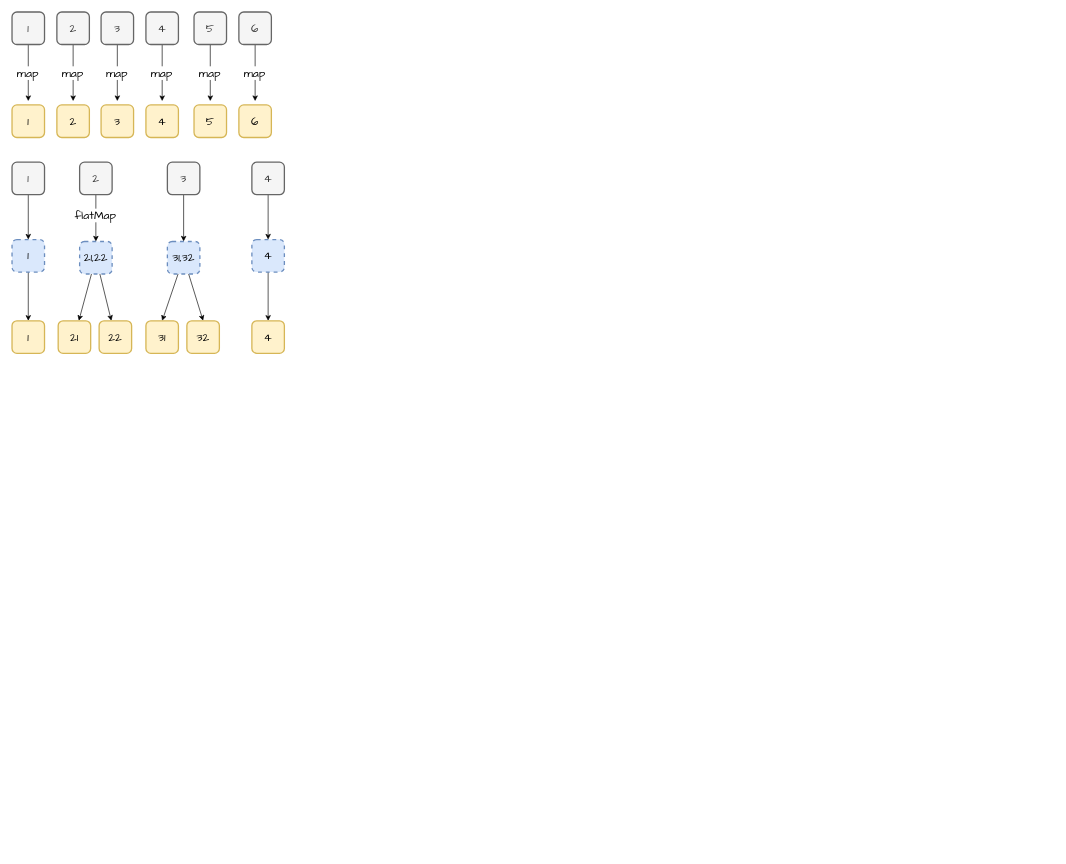
Before: page "Flink" (5 of 5) of src/main/leetcode_manuscripts/draw_io/big_data.drawio in wat1r/geek-algorithm-leetcode, a draw.io diagram. Source tidied: cells renumbered, new cells numbered last; positions are measured from the earlier drawing's top-left corner, leaving out a move shared by most shapes. Both pictures are drawn from the tidied source at 65%, with x=0, y=0 at pixel (12, 12).
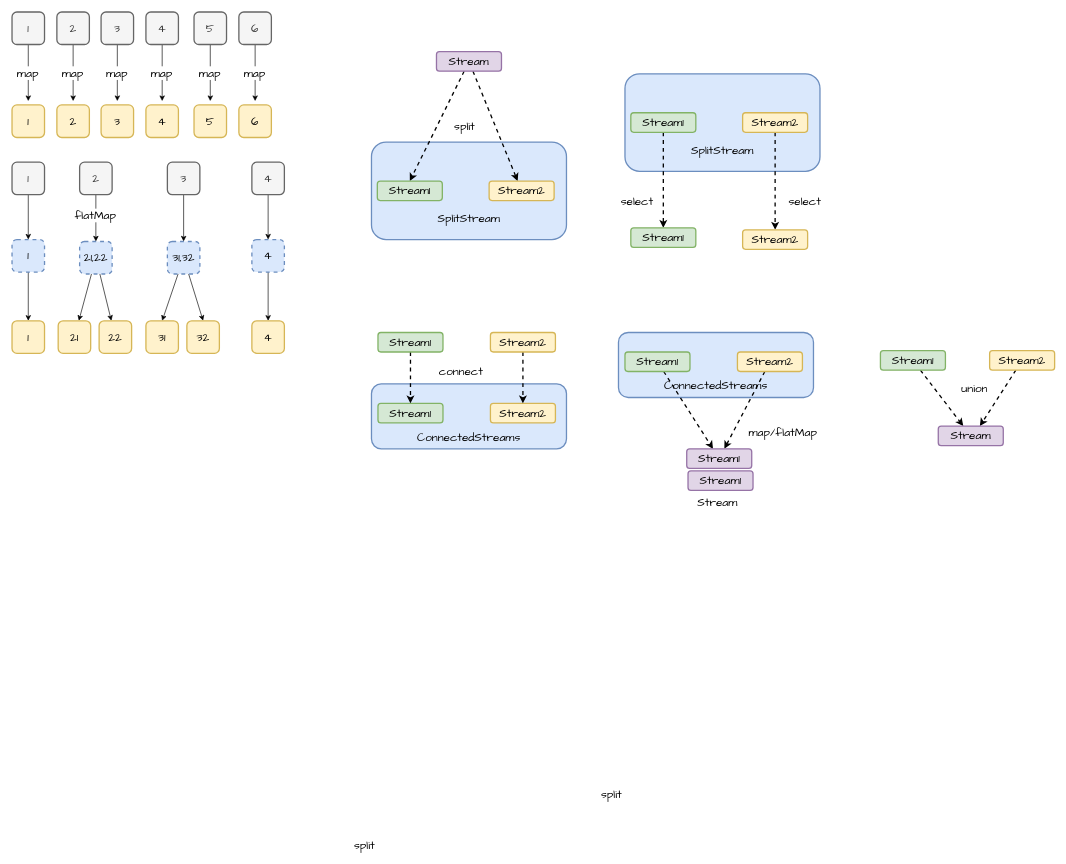
After the change.

Diff of the diagram source:
```diff
@@
+    <mxCell id="51" value="&lt;br&gt;&lt;br&gt;&lt;br&gt;&lt;br&gt;SplitStream" style="rounded=1;whiteSpace=wrap;html=1;fontFamily=Comic Sans MS;fontSize=18;strokeWidth=2;fillColor=#dae8fc;strokeColor=#6c8ebf;" parent="1" vertex="1">
+      <mxGeometry x="553" y="200" width="300" height="150" as="geometry" />
+    </mxCell>
+    <mxCell id="52" style="edgeStyle=none;rounded=0;jettySize=auto;html=1;entryX=0.5;entryY=0;entryDx=0;entryDy=0;fontFamily=Comic Sans MS;fontSize=18;dashed=1;strokeWidth=2;" parent="1" edge="1" source="54" target="55">
+      <mxGeometry relative="1" as="geometry" />
+    </mxCell>
+    <mxCell id="53" style="edgeStyle=none;rounded=0;jettySize=auto;html=1;fontFamily=Comic Sans MS;fontSize=18;dashed=1;strokeWidth=2;" parent="1" edge="1" source="54" target="56">
+      <mxGeometry relative="1" as="geometry" />
+    </mxCell>
+    <mxCell id="54" value="Stream" style="rounded=1;whiteSpace=wrap;html=1;strokeWidth=2;fillColor=#e1d5e7;strokeColor=#9673a6;fontFamily=Comic Sans MS;fontSize=18;" parent="1" vertex="1">
+      <mxGeometry x="653" y="61" width="100" height="30" as="geometry" />
+    </mxCell>
+    <mxCell id="55" value="Stream1" style="rounded=1;whiteSpace=wrap;html=1;strokeWidth=2;fillColor=#d5e8d4;strokeColor=#82b366;fontFamily=Comic Sans MS;fontSize=18;" parent="1" vertex="1">
+      <mxGeometry x="562" y="260" width="100" height="30" as="geometry" />
+    </mxCell>
+    <mxCell id="56" value="Stream2" style="rounded=1;whiteSpace=wrap;html=1;strokeWidth=2;fillColor=#fff2cc;strokeColor=#d6b656;fontFamily=Comic Sans MS;fontSize=18;" parent="1" vertex="1">
+      <mxGeometry x="734" y="260" width="100" height="30" as="geometry" />
+    </mxCell>
+    <mxCell id="57" value="split" style="edgeLabel;html=1;align=center;verticalAlign=middle;fontSize=18;fontFamily=Comic Sans MS;" parent="1" vertex="1">
+      <mxGeometry x="695" y="175" as="geometry" />
+    </mxCell>
+    <mxCell id="58" value="&lt;br&gt;&lt;br&gt;&lt;br&gt;&lt;br&gt;SplitStream" style="rounded=1;whiteSpace=wrap;html=1;fontFamily=Comic Sans MS;fontSize=18;strokeWidth=2;fillColor=#dae8fc;strokeColor=#6c8ebf;" parent="1" vertex="1">
+      <mxGeometry x="943" y="95" width="300" height="150" as="geometry" />
+    </mxCell>
+    <mxCell id="59" style="edgeStyle=none;rounded=0;jettySize=auto;html=1;entryX=0.5;entryY=0;entryDx=0;entryDy=0;dashed=1;fontFamily=Comic Sans MS;fontSize=18;strokeWidth=2;" parent="1" edge="1" source="60" target="63">
+      <mxGeometry relative="1" as="geometry" />
+    </mxCell>
+    <mxCell id="60" value="Stream1" style="rounded=1;whiteSpace=wrap;html=1;strokeWidth=2;fillColor=#d5e8d4;strokeColor=#82b366;fontFamily=Comic Sans MS;fontSize=18;" parent="1" vertex="1">
+      <mxGeometry x="952" y="155" width="100" height="30" as="geometry" />
+    </mxCell>
+    <mxCell id="61" style="edgeStyle=none;rounded=0;jettySize=auto;html=1;entryX=0.5;entryY=0;entryDx=0;entryDy=0;dashed=1;fontFamily=Comic Sans MS;fontSize=18;strokeWidth=2;" parent="1" edge="1" source="62" target="64">
+      <mxGeometry relative="1" as="geometry" />
+    </mxCell>
+    <mxCell id="62" value="Stream2" style="rounded=1;whiteSpace=wrap;html=1;strokeWidth=2;fillColor=#fff2cc;strokeColor=#d6b656;fontFamily=Comic Sans MS;fontSize=18;" parent="1" vertex="1">
+      <mxGeometry x="1124" y="155" width="100" height="30" as="geometry" />
+    </mxCell>
+    <mxCell id="63" value="Stream1" style="rounded=1;whiteSpace=wrap;html=1;strokeWidth=2;fillColor=#d5e8d4;strokeColor=#82b366;fontFamily=Comic Sans MS;fontSize=18;" parent="1" vertex="1">
+      <mxGeometry x="952" y="332" width="100" height="30" as="geometry" />
+    </mxCell>
+    <mxCell id="64" value="Stream2" style="rounded=1;whiteSpace=wrap;html=1;strokeWidth=2;fillColor=#fff2cc;strokeColor=#d6b656;fontFamily=Comic Sans MS;fontSize=18;" parent="1" vertex="1">
+      <mxGeometry x="1124" y="335" width="100" height="30" as="geometry" />
+    </mxCell>
+    <mxCell id="65" value="select" style="text;strokeColor=none;fillColor=none;align=left;verticalAlign=top;spacingLeft=4;spacingRight=4;overflow=hidden;fontFamily=Comic Sans MS;fontSize=18;" parent="1" vertex="1">
+      <mxGeometry x="931" y="274" width="60" height="26" as="geometry" />
+    </mxCell>
+    <mxCell id="66" value="select" style="text;strokeColor=none;fillColor=none;align=left;verticalAlign=top;spacingLeft=4;spacingRight=4;overflow=hidden;fontFamily=Comic Sans MS;fontSize=18;" parent="1" vertex="1">
+      <mxGeometry x="1189" y="274" width="60" height="26" as="geometry" />
+    </mxCell>
+    <mxCell id="67" value="&lt;br&gt;&lt;br&gt;&lt;br&gt;ConnectedStreams" style="rounded=1;whiteSpace=wrap;html=1;fontFamily=Comic Sans MS;fontSize=18;strokeWidth=2;fillColor=#dae8fc;strokeColor=#6c8ebf;" parent="1" vertex="1">
+      <mxGeometry x="553" y="572" width="300" height="100" as="geometry" />
+    </mxCell>
+    <mxCell id="68" value="Stream1" style="rounded=1;whiteSpace=wrap;html=1;strokeWidth=2;fillColor=#d5e8d4;strokeColor=#82b366;fontFamily=Comic Sans MS;fontSize=18;" parent="1" vertex="1">
+      <mxGeometry x="563" y="602" width="100" height="30" as="geometry" />
+    </mxCell>
+    <mxCell id="69" value="Stream2" style="rounded=1;whiteSpace=wrap;html=1;strokeWidth=2;fillColor=#fff2cc;strokeColor=#d6b656;fontFamily=Comic Sans MS;fontSize=18;" parent="1" vertex="1">
+      <mxGeometry x="736" y="602" width="100" height="30" as="geometry" />
+    </mxCell>
+    <mxCell id="70" value="split" style="edgeLabel;html=1;align=center;verticalAlign=middle;fontSize=18;fontFamily=Comic Sans MS;" parent="1" vertex="1">
+      <mxGeometry x="686" y="589" as="geometry">
+        <mxPoint x="-145" y="692" as="offset" />
+      </mxGeometry>
+    </mxCell>
+    <mxCell id="71" style="edgeStyle=none;rounded=0;jettySize=auto;html=1;dashed=1;fontFamily=Comic Sans MS;fontSize=18;strokeWidth=2;" parent="1" edge="1" source="72" target="68">
+      <mxGeometry relative="1" as="geometry" />
+    </mxCell>
+    <mxCell id="72" value="Stream1" style="rounded=1;whiteSpace=wrap;html=1;strokeWidth=2;fillColor=#d5e8d4;strokeColor=#82b366;fontFamily=Comic Sans MS;fontSize=18;" parent="1" vertex="1">
+      <mxGeometry x="563" y="493" width="100" height="30" as="geometry" />
+    </mxCell>
+    <mxCell id="73" style="edgeStyle=none;rounded=0;jettySize=auto;html=1;dashed=1;fontFamily=Comic Sans MS;fontSize=18;strokeWidth=2;" parent="1" edge="1" source="74" target="69">
+      <mxGeometry relative="1" as="geometry" />
+    </mxCell>
+    <mxCell id="74" value="Stream2" style="rounded=1;whiteSpace=wrap;html=1;strokeWidth=2;fillColor=#fff2cc;strokeColor=#d6b656;fontFamily=Comic Sans MS;fontSize=18;" parent="1" vertex="1">
+      <mxGeometry x="736" y="493" width="100" height="30" as="geometry" />
+    </mxCell>
+    <mxCell id="75" value="connect" style="text;strokeColor=none;fillColor=none;align=left;verticalAlign=top;spacingLeft=4;spacingRight=4;overflow=hidden;fontFamily=Comic Sans MS;fontSize=18;" parent="1" vertex="1">
+      <mxGeometry x="651" y="535" width="93" height="26" as="geometry" />
+    </mxCell>
+    <mxCell id="76" value="&lt;br&gt;&lt;br&gt;&lt;br&gt;ConnectedStreams" style="rounded=1;whiteSpace=wrap;html=1;fontFamily=Comic Sans MS;fontSize=18;strokeWidth=2;fillColor=#dae8fc;strokeColor=#6c8ebf;" parent="1" vertex="1">
+      <mxGeometry x="933" y="493" width="300" height="100" as="geometry" />
+    </mxCell>
+    <mxCell id="77" style="edgeStyle=none;rounded=0;jettySize=auto;html=1;dashed=1;fontFamily=Comic Sans MS;fontSize=18;strokeWidth=2;" parent="1" edge="1" source="78" target="82">
+      <mxGeometry relative="1" as="geometry" />
+    </mxCell>
+    <mxCell id="78" value="Stream1" style="rounded=1;whiteSpace=wrap;html=1;strokeWidth=2;fillColor=#d5e8d4;strokeColor=#82b366;fontFamily=Comic Sans MS;fontSize=18;" parent="1" vertex="1">
+      <mxGeometry x="943" y="523" width="100" height="30" as="geometry" />
+    </mxCell>
+    <mxCell id="79" style="edgeStyle=none;rounded=0;jettySize=auto;html=1;dashed=1;fontFamily=Comic Sans MS;fontSize=18;strokeWidth=2;" parent="1" edge="1" source="80" target="82">
+      <mxGeometry relative="1" as="geometry" />
+    </mxCell>
+    <mxCell id="80" value="Stream2" style="rounded=1;whiteSpace=wrap;html=1;strokeWidth=2;fillColor=#fff2cc;strokeColor=#d6b656;fontFamily=Comic Sans MS;fontSize=18;" parent="1" vertex="1">
+      <mxGeometry x="1116" y="523" width="100" height="30" as="geometry" />
+    </mxCell>
+    <mxCell id="81" value="split" style="edgeLabel;html=1;align=center;verticalAlign=middle;fontSize=18;fontFamily=Comic Sans MS;" parent="1" vertex="1">
+      <mxGeometry x="1066" y="510" as="geometry">
+        <mxPoint x="-145" y="692" as="offset" />
+      </mxGeometry>
+    </mxCell>
+    <mxCell id="82" value="Stream1" style="rounded=1;whiteSpace=wrap;html=1;strokeWidth=2;fillColor=#e1d5e7;strokeColor=#9673a6;fontFamily=Comic Sans MS;fontSize=18;" parent="1" vertex="1">
+      <mxGeometry x="1038" y="672" width="100" height="30" as="geometry" />
+    </mxCell>
+    <mxCell id="83" value="Stream1" style="rounded=1;whiteSpace=wrap;html=1;strokeWidth=2;fillColor=#e1d5e7;strokeColor=#9673a6;fontFamily=Comic Sans MS;fontSize=18;" parent="1" vertex="1">
+      <mxGeometry x="1040" y="706" width="100" height="30" as="geometry" />
+    </mxCell>
+    <mxCell id="84" value="map/flatMap" style="text;strokeColor=none;fillColor=none;align=left;verticalAlign=top;spacingLeft=4;spacingRight=4;overflow=hidden;fontFamily=Comic Sans MS;fontSize=18;" parent="1" vertex="1">
+      <mxGeometry x="1127.5" y="628" width="127.5" height="26" as="geometry" />
+    </mxCell>
+    <mxCell id="85" value="Stream" style="text;strokeColor=none;fillColor=none;align=left;verticalAlign=top;spacingLeft=4;spacingRight=4;overflow=hidden;fontFamily=Comic Sans MS;fontSize=18;" parent="1" vertex="1">
+      <mxGeometry x="1048.6" y="736" width="82.8" height="26" as="geometry" />
+    </mxCell>
+    <mxCell id="86" style="edgeStyle=none;rounded=0;jettySize=auto;html=1;dashed=1;fontFamily=Comic Sans MS;fontSize=18;strokeWidth=2;" parent="1" edge="1" source="87" target="90">
+      <mxGeometry relative="1" as="geometry" />
+    </mxCell>
+    <mxCell id="87" value="Stream1" style="rounded=1;whiteSpace=wrap;html=1;strokeWidth=2;fillColor=#d5e8d4;strokeColor=#82b366;fontFamily=Comic Sans MS;fontSize=18;" parent="1" vertex="1">
+      <mxGeometry x="1336" y="521" width="100" height="30" as="geometry" />
+    </mxCell>
+    <mxCell id="88" style="edgeStyle=none;rounded=0;jettySize=auto;html=1;entryX=0.64;entryY=0;entryDx=0;entryDy=0;entryPerimeter=0;dashed=1;fontFamily=Comic Sans MS;fontSize=18;strokeWidth=2;" parent="1" edge="1" source="89" target="90">
+      <mxGeometry relative="1" as="geometry" />
+    </mxCell>
+    <mxCell id="89" value="Stream2" style="rounded=1;whiteSpace=wrap;html=1;strokeWidth=2;fillColor=#fff2cc;strokeColor=#d6b656;fontFamily=Comic Sans MS;fontSize=18;" parent="1" vertex="1">
+      <mxGeometry x="1504" y="521" width="100" height="30" as="geometry" />
+    </mxCell>
+    <mxCell id="90" value="Stream" style="rounded=1;whiteSpace=wrap;html=1;strokeWidth=2;fillColor=#e1d5e7;strokeColor=#9673a6;fontFamily=Comic Sans MS;fontSize=18;" parent="1" vertex="1">
+      <mxGeometry x="1425" y="637" width="100" height="30" as="geometry" />
+    </mxCell>
+    <mxCell id="91" value="union" style="text;strokeColor=none;fillColor=none;align=left;verticalAlign=top;spacingLeft=4;spacingRight=4;overflow=hidden;fontFamily=Comic Sans MS;fontSize=18;" parent="1" vertex="1">
+      <mxGeometry x="1455" y="561" width="79.5" height="25" as="geometry" />
+    </mxCell>
```
